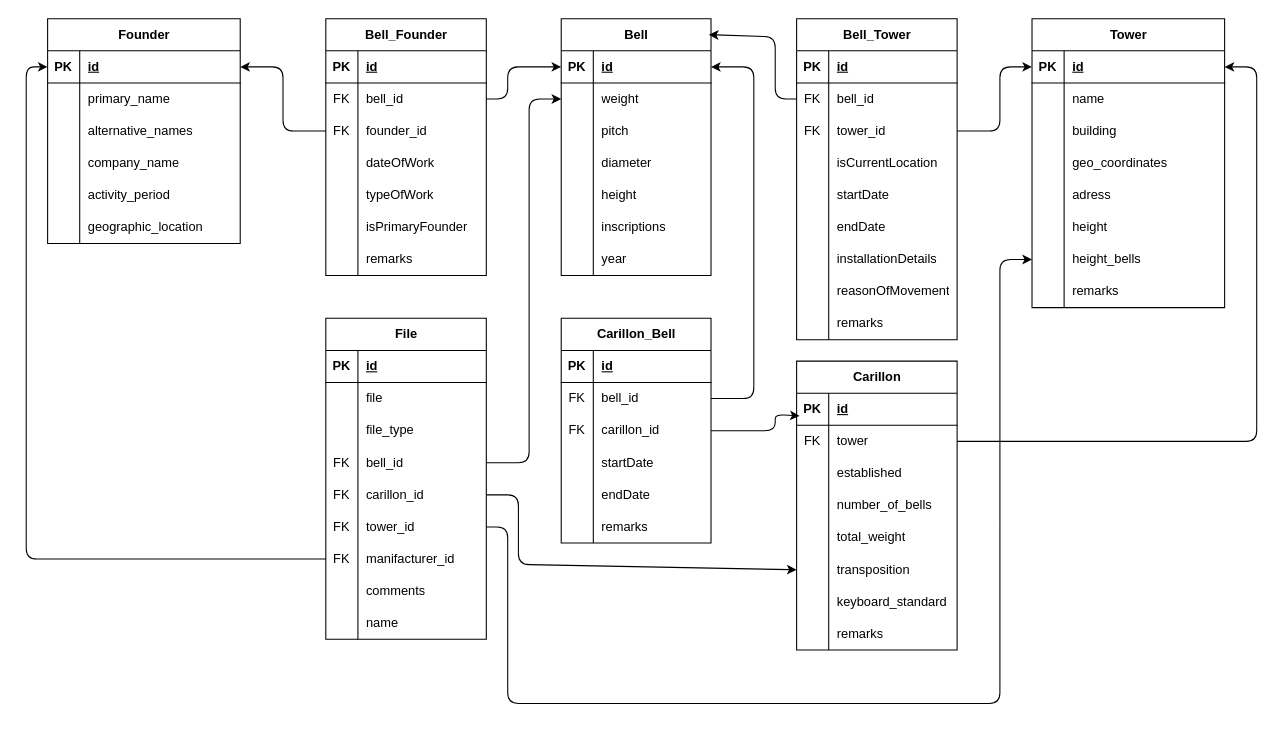
This is analysis/article/images/basic_erd.drawio from Jakobdevreese/klokkenInventarisGent, a draw.io file, before an edit. Source tidied: cells renumbered, new cells numbered last; positions are measured from the earlier drawing's top-left corner, leaving out a move shared by most shapes. Both pictures are drawn from the tidied source at 107%, with x=0, y=0 at pixel (26, 18).
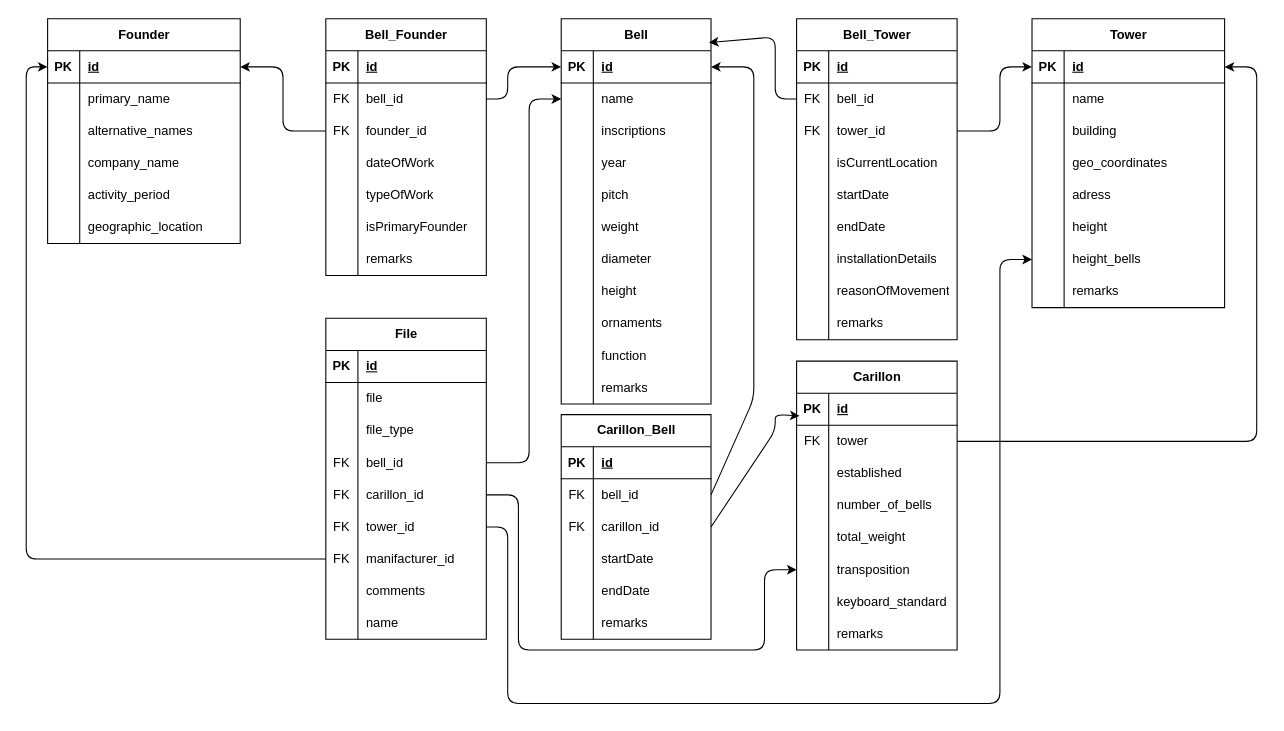
The same diagram, later.

Commit message (it also covers changes not shown here):
model aangepast

The change refers to these unchanged cells:
```xml
<mxCell id="18" style="shape=tableRow;horizontal=0;startSize=0;swimlaneHead=0;swimlaneBody=0;fillColor=none;points=[[0,0.5],[1,0.5]];portConstraint=eastwest;top=0;left=0;right=0;bottom=0;" parent="2" vertex="1">
  <mxGeometry y="180" width="150" height="30" as="geometry" />
</mxCell>
<mxCell id="75" style="shape=tableRow;horizontal=0;startSize=0;swimlaneHead=0;swimlaneBody=0;fillColor=none;points=[[0,0.5],[1,0.5]];portConstraint=eastwest;top=0;left=0;right=0;bottom=0;" parent="71" vertex="1">
  <mxGeometry y="60" width="140" height="30" as="geometry" />
</mxCell>
<mxCell id="182" style="shape=tableRow;horizontal=0;startSize=0;swimlaneHead=0;swimlaneBody=0;fillColor=none;points=[[0,0.5],[1,0.5]];portConstraint=eastwest;top=0;left=0;right=0;bottom=0;" parent="169" vertex="1">
  <mxGeometry y="150" width="150" height="30" as="geometry" />
</mxCell>
```

The edit, as a diff of the source:
```diff
@@
     <mxCell id="71" value="Bell" style="shape=table;startSize=30;childLayout=tableLayout;rowLines=0;fontStyle=1;align=center;html=1;" parent="1" vertex="1">
-      <mxGeometry x="500" width="140" height="240" as="geometry" />
+      <mxGeometry x="500" width="140" height="360" as="geometry" />
     </mxCell>
@@
-    <mxCell id="77" value="weight" style="shape=partialRectangle;fillColor=none;top=0;left=0;bottom=0;right=0;align=left;spacingLeft=6;overflow=hidden;whiteSpace=wrap;html=1;" parent="75" vertex="1">
+    <mxCell id="77" value="name" style="shape=partialRectangle;fillColor=none;top=0;left=0;bottom=0;right=0;align=left;spacingLeft=6;overflow=hidden;whiteSpace=wrap;html=1;" parent="75" vertex="1">
       <mxGeometry x="30" width="110" height="30" as="geometry" />
     </mxCell>
+    <mxCell id="87" style="shape=tableRow;horizontal=0;startSize=0;swimlaneHead=0;swimlaneBody=0;fillColor=none;top=0;left=0;right=0;bottom=0;" parent="71" vertex="1">
+      <mxGeometry y="90" width="140" height="30" as="geometry" />
+    </mxCell>
+    <mxCell id="88" style="shape=partialRectangle;fillColor=none;top=0;left=0;bottom=0;right=0;overflow=hidden;whiteSpace=wrap;html=1;" parent="87" vertex="1">
+      <mxGeometry width="30" height="30" as="geometry" />
+    </mxCell>
+    <mxCell id="89" value="inscriptions" style="shape=partialRectangle;fillColor=none;top=0;left=0;bottom=0;right=0;align=left;spacingLeft=6;overflow=hidden;whiteSpace=wrap;html=1;" parent="87" vertex="1">
+      <mxGeometry x="30" width="110" height="30" as="geometry" />
+    </mxCell>
+    <mxCell id="90" style="shape=tableRow;horizontal=0;startSize=0;swimlaneHead=0;swimlaneBody=0;fillColor=none;top=0;left=0;right=0;bottom=0;" parent="71" vertex="1">
+      <mxGeometry y="120" width="140" height="30" as="geometry" />
+    </mxCell>
+    <mxCell id="91" style="shape=partialRectangle;fillColor=none;top=0;left=0;bottom=0;right=0;overflow=hidden;whiteSpace=wrap;html=1;" parent="90" vertex="1">
+      <mxGeometry width="30" height="30" as="geometry" />
+    </mxCell>
+    <mxCell id="92" value="year" style="shape=partialRectangle;fillColor=none;top=0;left=0;bottom=0;right=0;align=left;spacingLeft=6;overflow=hidden;whiteSpace=wrap;html=1;" parent="90" vertex="1">
+      <mxGeometry x="30" width="110" height="30" as="geometry" />
+    </mxCell>
     <mxCell id="78" style="shape=tableRow;horizontal=0;startSize=0;swimlaneHead=0;swimlaneBody=0;fillColor=none;top=0;left=0;right=0;bottom=0;" parent="71" vertex="1">
-      <mxGeometry y="90" width="140" height="30" as="geometry" />
+      <mxGeometry y="150" width="140" height="30" as="geometry" />
     </mxCell>
@@
+    <mxCell id="201" style="shape=tableRow;horizontal=0;startSize=0;swimlaneHead=0;swimlaneBody=0;fillColor=none;top=0;left=0;right=0;bottom=0;" parent="71" vertex="1">
+      <mxGeometry y="180" width="140" height="30" as="geometry" />
+    </mxCell>
+    <mxCell id="202" style="shape=partialRectangle;fillColor=none;top=0;left=0;bottom=0;right=0;overflow=hidden;whiteSpace=wrap;html=1;" parent="201" vertex="1">
+      <mxGeometry width="30" height="30" as="geometry" />
+    </mxCell>
+    <mxCell id="203" value="weight" style="shape=partialRectangle;fillColor=none;top=0;left=0;bottom=0;right=0;align=left;spacingLeft=6;overflow=hidden;whiteSpace=wrap;html=1;" parent="201" vertex="1">
+      <mxGeometry x="30" width="110" height="30" as="geometry" />
+    </mxCell>
     <mxCell id="81" style="shape=tableRow;horizontal=0;startSize=0;swimlaneHead=0;swimlaneBody=0;fillColor=none;top=0;left=0;right=0;bottom=0;" parent="71" vertex="1">
-      <mxGeometry y="120" width="140" height="30" as="geometry" />
+      <mxGeometry y="210" width="140" height="30" as="geometry" />
     </mxCell>
@@
     <mxCell id="84" style="shape=tableRow;horizontal=0;startSize=0;swimlaneHead=0;swimlaneBody=0;fillColor=none;top=0;left=0;right=0;bottom=0;" parent="71" vertex="1">
-      <mxGeometry y="150" width="140" height="30" as="geometry" />
+      <mxGeometry y="240" width="140" height="30" as="geometry" />
     </mxCell>
@@
-    <mxCell id="87" style="shape=tableRow;horizontal=0;startSize=0;swimlaneHead=0;swimlaneBody=0;fillColor=none;top=0;left=0;right=0;bottom=0;" parent="71" vertex="1">
-      <mxGeometry y="180" width="140" height="30" as="geometry" />
-    </mxCell>
-    <mxCell id="88" style="shape=partialRectangle;fillColor=none;top=0;left=0;bottom=0;right=0;overflow=hidden;whiteSpace=wrap;html=1;" parent="87" vertex="1">
-      <mxGeometry width="30" height="30" as="geometry" />
-    </mxCell>
-    <mxCell id="89" value="inscriptions" style="shape=partialRectangle;fillColor=none;top=0;left=0;bottom=0;right=0;align=left;spacingLeft=6;overflow=hidden;whiteSpace=wrap;html=1;" parent="87" vertex="1">
-      <mxGeometry x="30" width="110" height="30" as="geometry" />
-    </mxCell>
-    <mxCell id="90" style="shape=tableRow;horizontal=0;startSize=0;swimlaneHead=0;swimlaneBody=0;fillColor=none;top=0;left=0;right=0;bottom=0;" parent="71" vertex="1">
-      <mxGeometry y="210" width="140" height="30" as="geometry" />
-    </mxCell>
-    <mxCell id="91" style="shape=partialRectangle;fillColor=none;top=0;left=0;bottom=0;right=0;overflow=hidden;whiteSpace=wrap;html=1;" parent="90" vertex="1">
-      <mxGeometry width="30" height="30" as="geometry" />
-    </mxCell>
-    <mxCell id="92" value="year" style="shape=partialRectangle;fillColor=none;top=0;left=0;bottom=0;right=0;align=left;spacingLeft=6;overflow=hidden;whiteSpace=wrap;html=1;" parent="90" vertex="1">
-      <mxGeometry x="30" width="110" height="30" as="geometry" />
-    </mxCell>
+    <mxCell id="204" style="shape=tableRow;horizontal=0;startSize=0;swimlaneHead=0;swimlaneBody=0;fillColor=none;top=0;left=0;right=0;bottom=0;" parent="71" vertex="1">
+      <mxGeometry y="270" width="140" height="30" as="geometry" />
+    </mxCell>
+    <mxCell id="205" style="shape=partialRectangle;fillColor=none;top=0;left=0;bottom=0;right=0;overflow=hidden;whiteSpace=wrap;html=1;" parent="204" vertex="1">
+      <mxGeometry width="30" height="30" as="geometry" />
+    </mxCell>
+    <mxCell id="206" value="ornaments" style="shape=partialRectangle;fillColor=none;top=0;left=0;bottom=0;right=0;align=left;spacingLeft=6;overflow=hidden;whiteSpace=wrap;html=1;" parent="204" vertex="1">
+      <mxGeometry x="30" width="110" height="30" as="geometry" />
+    </mxCell>
+    <mxCell id="207" style="shape=tableRow;horizontal=0;startSize=0;swimlaneHead=0;swimlaneBody=0;fillColor=none;top=0;left=0;right=0;bottom=0;" parent="71" vertex="1">
+      <mxGeometry y="300" width="140" height="30" as="geometry" />
+    </mxCell>
+    <mxCell id="208" style="shape=partialRectangle;fillColor=none;top=0;left=0;bottom=0;right=0;overflow=hidden;whiteSpace=wrap;html=1;" parent="207" vertex="1">
+      <mxGeometry width="30" height="30" as="geometry" />
+    </mxCell>
+    <mxCell id="209" value="function" style="shape=partialRectangle;fillColor=none;top=0;left=0;bottom=0;right=0;align=left;spacingLeft=6;overflow=hidden;whiteSpace=wrap;html=1;" parent="207" vertex="1">
+      <mxGeometry x="30" width="110" height="30" as="geometry" />
+    </mxCell>
+    <mxCell id="210" style="shape=tableRow;horizontal=0;startSize=0;swimlaneHead=0;swimlaneBody=0;fillColor=none;top=0;left=0;right=0;bottom=0;" parent="71" vertex="1">
+      <mxGeometry y="330" width="140" height="30" as="geometry" />
+    </mxCell>
+    <mxCell id="211" style="shape=partialRectangle;fillColor=none;top=0;left=0;bottom=0;right=0;overflow=hidden;whiteSpace=wrap;html=1;" parent="210" vertex="1">
+      <mxGeometry width="30" height="30" as="geometry" />
+    </mxCell>
+    <mxCell id="212" value="remarks" style="shape=partialRectangle;fillColor=none;top=0;left=0;bottom=0;right=0;align=left;spacingLeft=6;overflow=hidden;whiteSpace=wrap;html=1;" parent="210" vertex="1">
+      <mxGeometry x="30" width="110" height="30" as="geometry" />
+    </mxCell>
@@
     <mxCell id="118" value="Carillon_Bell" style="shape=table;startSize=30;childLayout=tableLayout;rowLines=0;fontStyle=1;align=center;html=1;" parent="1" vertex="1">
-      <mxGeometry x="500" y="280" width="140" height="210" as="geometry" />
+      <mxGeometry x="500" y="370" width="140" height="210" as="geometry" />
     </mxCell>
@@
     <mxCell id="198" style="edgeStyle=none;html=1;exitX=1;exitY=0.5;exitDx=0;exitDy=0;entryX=0;entryY=0.5;entryDx=0;entryDy=0;" parent="1" edge="1" source="182" target="18">
       <mxGeometry relative="1" as="geometry">
         <Array as="points">
           <mxPoint x="460" y="445" />
           <mxPoint x="460" y="510" />
+          <mxPoint x="460" y="590" />
+          <mxPoint x="690" y="590" />
+          <mxPoint x="690" y="515" />
         </Array>
       </mxGeometry>
     </mxCell>
```
